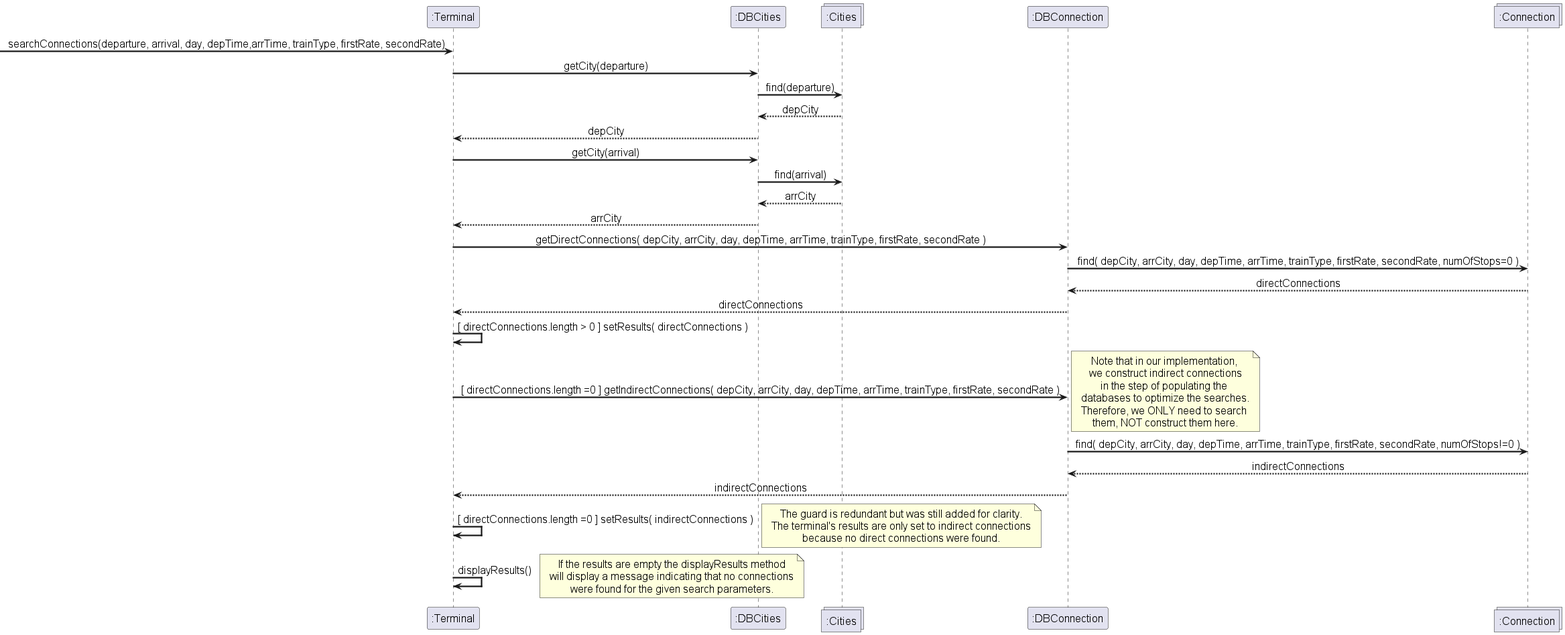
The PlantUML diagram out/docs/Interaction design/searchConn Interaction Sequence Diagram.png in Cimpo1/SOEN342_2025, before a commit.
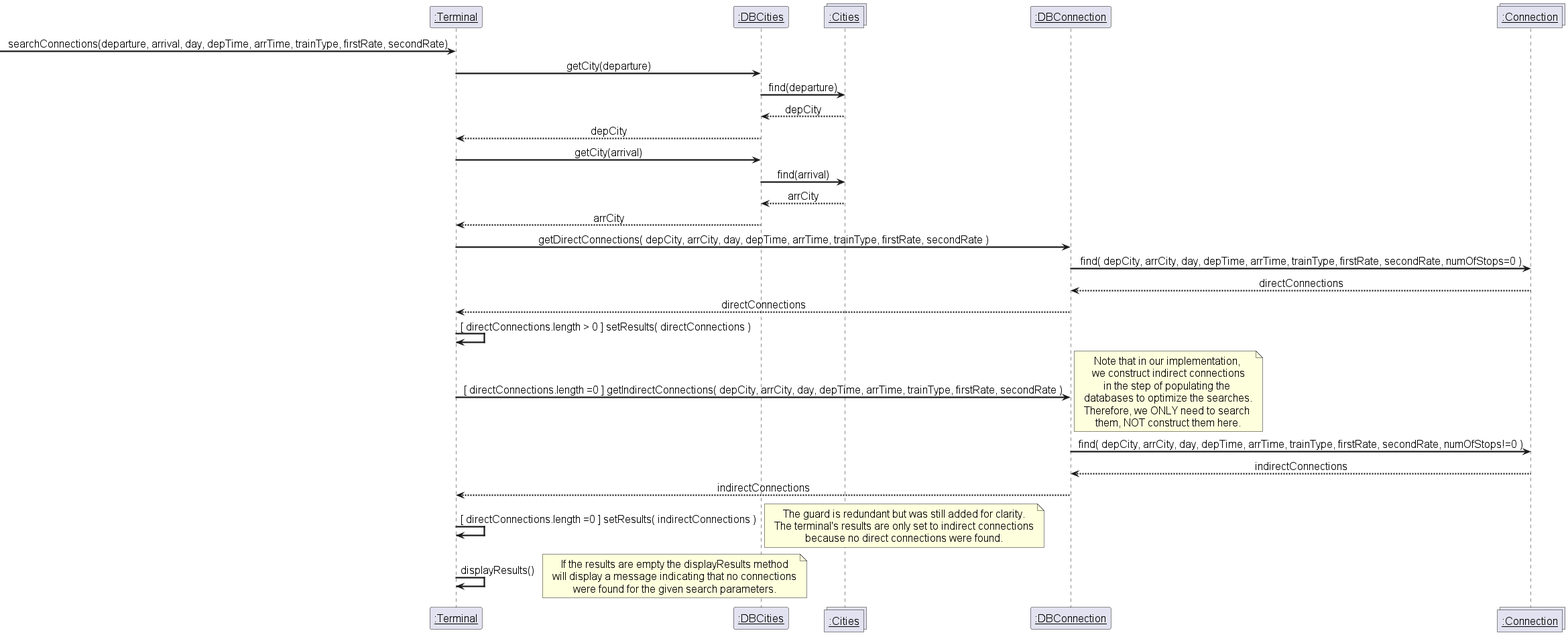
Later version of the same file.

The edit, as a diff of the source:
```diff
@@ -5,6 +5,7 @@
 skinparam ArrowThickness 2.2
 skinparam sequenceMessageAlign center
 skinparam noteTextAlignment center
+skinparam sequenceParticipant underline
 hide empty members
 
 participant ":Terminal" as terminal
@@ -13,7 +14,7 @@
 participant ":DBConnection" as dbco
 collections ":Connection" as connMulti
 
-->terminal:searchConnections(departure, arrival, day, depTime,arrTime, trainType, firstRate, secondRate)
+->terminal:searchConnections(departure, arrival, day, depTime, arrTime, trainType, firstRate, secondRate)
 terminal->dbci :getCity(departure)
 
 dbci->cMulti: find(departure)
```
